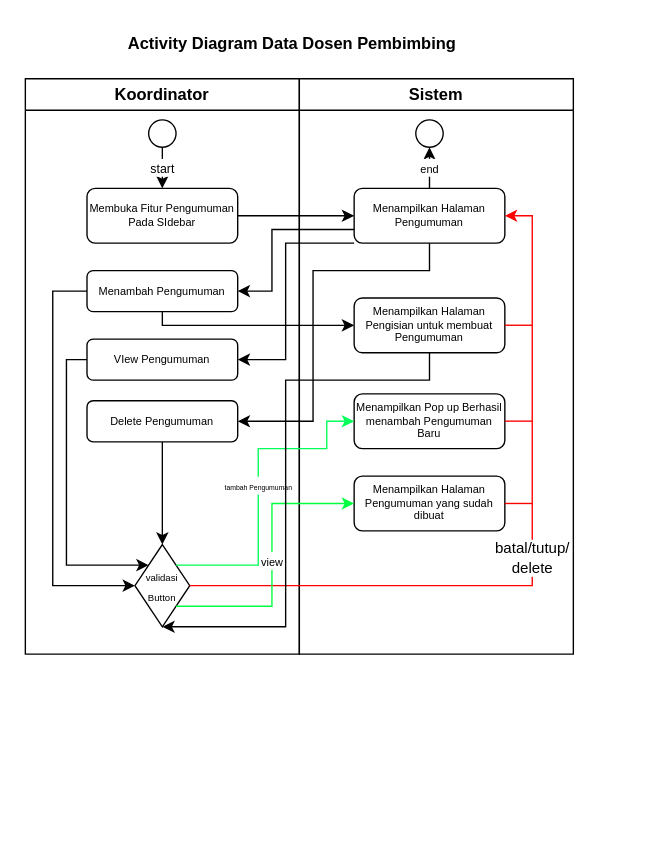
The draw.io diagram Website Bimbingan Online/Activity Diagram/Data Dosen Pembimbing.drawio in BagusCPaste/draw.io, before the edit. Source tidied: cells renumbered, new cells numbered last; positions are measured from the earlier drawing's top-left corner, leaving out a move shared by most shapes. Both pictures are drawn from the tidied source at 137%, with x=0, y=0 at pixel (25, 23).
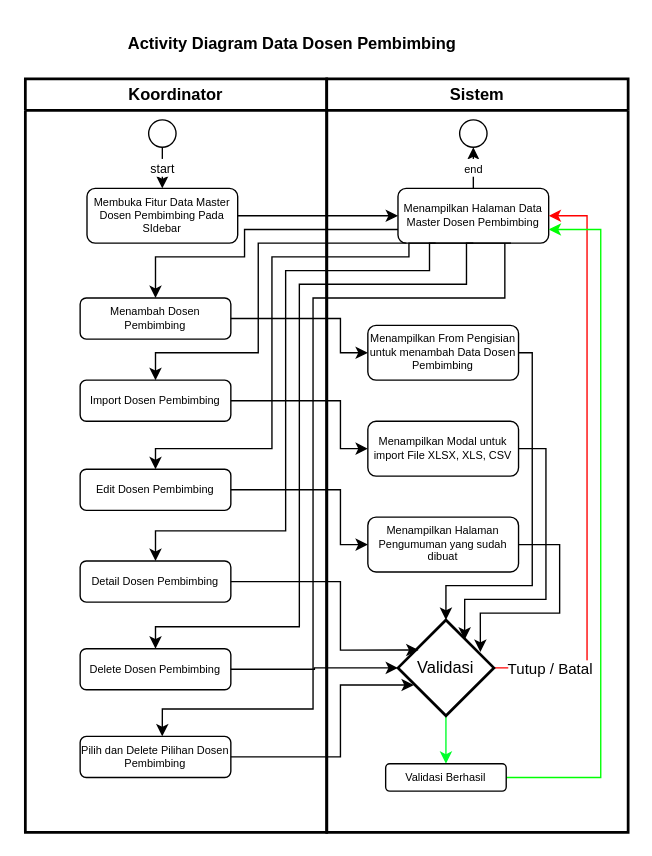
After the change.

Diff of the diagram source:
```diff
@@
-    <mxCell id="2" value="Koordinator" style="swimlane;whiteSpace=wrap;html=1;" parent="1" vertex="1">
-      <mxGeometry y="40" width="200" height="420" as="geometry" />
+    <mxCell id="2" value="Koordinator" style="swimlane;whiteSpace=wrap;html=1;strokeColor=#000000;strokeWidth=2;" parent="1" vertex="1">
+      <mxGeometry y="40" width="220" height="550" as="geometry" />
     </mxCell>
@@
-    <mxCell id="5" value="Membuka Fitur Pengumuman Pada SIdebar" style="rounded=1;whiteSpace=wrap;html=1;fontSize=8;" parent="2" vertex="1">
+    <mxCell id="5" value="Membuka Fitur Data Master Dosen Pembimbing Pada SIdebar" style="rounded=1;whiteSpace=wrap;html=1;fontSize=8;" parent="2" vertex="1">
       <mxGeometry x="45" y="80" width="110" height="40" as="geometry" />
     </mxCell>
-    <mxCell id="6" style="edgeStyle=orthogonalEdgeStyle;rounded=0;jettySize=auto;html=1;entryX=0;entryY=0.5;entryDx=0;entryDy=0;" parent="2" edge="1" source="7" target="12">
-      <mxGeometry relative="1" as="geometry">
-        <Array as="points">
-          <mxPoint x="20" y="155" />
-          <mxPoint x="20" y="370" />
-        </Array>
-      </mxGeometry>
-    </mxCell>
-    <mxCell id="7" value="Menambah Pengumuman" style="rounded=1;whiteSpace=wrap;html=1;fontSize=8;" parent="2" vertex="1">
-      <mxGeometry x="45" y="140" width="110" height="30" as="geometry" />
+    <mxCell id="7" value="Menambah Dosen Pembimbing" style="rounded=1;whiteSpace=wrap;html=1;fontSize=8;" parent="2" vertex="1">
+      <mxGeometry x="40" y="160" width="110" height="30" as="geometry" />
     </mxCell>
-    <mxCell id="8" style="edgeStyle=orthogonalEdgeStyle;rounded=0;jettySize=auto;html=1;entryX=0;entryY=0;entryDx=0;entryDy=0;elbow=vertical;" parent="2" edge="1" source="9" target="12">
-      <mxGeometry relative="1" as="geometry">
-        <Array as="points">
-          <mxPoint x="30" y="205" />
-          <mxPoint x="30" y="355" />
-        </Array>
-      </mxGeometry>
-    </mxCell>
-    <mxCell id="9" value="VIew Pengumuman" style="rounded=1;whiteSpace=wrap;html=1;fontSize=8;" parent="2" vertex="1">
-      <mxGeometry x="45" y="190" width="110" height="30" as="geometry" />
+    <mxCell id="9" value="Import Dosen Pembimbing" style="rounded=1;whiteSpace=wrap;html=1;fontSize=8;" parent="2" vertex="1">
+      <mxGeometry x="40" y="220" width="110" height="30" as="geometry" />
     </mxCell>
-    <mxCell id="10" style="rounded=0;jettySize=auto;html=1;" parent="2" edge="1" source="11" target="12">
-      <mxGeometry relative="1" as="geometry" />
-    </mxCell>
-    <mxCell id="11" value="Delete Pengumuman" style="rounded=1;whiteSpace=wrap;html=1;fontSize=8;" parent="2" vertex="1">
-      <mxGeometry x="45" y="235" width="110" height="30" as="geometry" />
+    <mxCell id="11" value="Edit Dosen Pembimbing" style="rounded=1;whiteSpace=wrap;html=1;fontSize=8;" parent="2" vertex="1">
+      <mxGeometry x="40" y="285" width="110" height="30" as="geometry" />
     </mxCell>
-    <mxCell id="12" value="&lt;font style=&quot;font-size: 7px;&quot;&gt;validasi Button&lt;/font&gt;" style="rhombus;whiteSpace=wrap;html=1;" parent="2" vertex="1">
-      <mxGeometry x="80" y="340" width="40" height="60" as="geometry" />
-    </mxCell>
+    <mxCell id="33" value="Detail Dosen Pembimbing" style="rounded=1;whiteSpace=wrap;html=1;fontSize=8;" parent="2" vertex="1">
+      <mxGeometry x="40" y="352" width="110" height="30" as="geometry" />
+    </mxCell>
+    <mxCell id="34" value="Delete Dosen Pembimbing" style="rounded=1;whiteSpace=wrap;html=1;fontSize=8;" parent="2" vertex="1">
+      <mxGeometry x="40" y="416" width="110" height="30" as="geometry" />
+    </mxCell>
+    <mxCell id="35" value="Pilih dan Delete Pilihan Dosen Pembimbing" style="rounded=1;whiteSpace=wrap;html=1;fontSize=8;" parent="2" vertex="1">
+      <mxGeometry x="40" y="480" width="110" height="30" as="geometry" />
+    </mxCell>
-    <mxCell id="13" value="Sistem" style="swimlane;whiteSpace=wrap;html=1;" parent="1" vertex="1">
-      <mxGeometry x="200" y="40" width="200" height="420" as="geometry" />
+    <mxCell id="13" value="Sistem" style="swimlane;whiteSpace=wrap;html=1;strokeColor=#000000;strokeWidth=2;perimeterSpacing=0;" parent="1" vertex="1">
+      <mxGeometry x="220" y="40" width="220" height="550" as="geometry" />
     </mxCell>
@@
-    <mxCell id="15" value="Menampilkan Halaman Pengumuman" style="rounded=1;whiteSpace=wrap;html=1;fontSize=8;" parent="13" vertex="1">
-      <mxGeometry x="40" y="80" width="110" height="40" as="geometry" />
+    <mxCell id="15" value="Menampilkan Halaman Data Master Dosen Pembimbing" style="rounded=1;whiteSpace=wrap;html=1;fontSize=8;" parent="13" vertex="1">
+      <mxGeometry x="52" y="80" width="110" height="40" as="geometry" />
     </mxCell>
-    <mxCell id="16" value="Menampilkan Halaman Pengisian untuk membuat Pengumuman" style="rounded=1;whiteSpace=wrap;html=1;fontSize=8;" parent="13" vertex="1">
-      <mxGeometry x="40" y="160" width="110" height="40" as="geometry" />
+    <mxCell id="16" value="Menampilkan From Pengisian untuk menambah Data Dosen Pembimbing" style="rounded=1;whiteSpace=wrap;html=1;fontSize=8;" parent="13" vertex="1">
+      <mxGeometry x="30" y="180" width="110" height="40" as="geometry" />
     </mxCell>
-    <mxCell id="17" value="Menampilkan Pop up Berhasil menambah Pengumuman Baru" style="rounded=1;whiteSpace=wrap;html=1;fontSize=8;" parent="13" vertex="1">
-      <mxGeometry x="40" y="230" width="110" height="40" as="geometry" />
+    <mxCell id="17" value="Menampilkan Modal untuk import File XLSX, XLS, CSV" style="rounded=1;whiteSpace=wrap;html=1;fontSize=8;" parent="13" vertex="1">
+      <mxGeometry x="30" y="250" width="110" height="40" as="geometry" />
     </mxCell>
     <mxCell id="18" value="Menampilkan Halaman Pengumuman yang sudah dibuat" style="rounded=1;whiteSpace=wrap;html=1;fontSize=8;" parent="13" vertex="1">
-      <mxGeometry x="40" y="290" width="110" height="40" as="geometry" />
+      <mxGeometry x="30" y="320" width="110" height="40" as="geometry" />
     </mxCell>
-    <mxCell id="19" value="batal/tutup/&lt;br&gt;delete" style="rounded=0;jettySize=auto;html=1;edgeStyle=orthogonalEdgeStyle;entryX=1;entryY=0.5;entryDx=0;entryDy=0;strokeColor=#ff0000;" parent="13" edge="1" target="15">
-      <mxGeometry relative="1" as="geometry">
-        <mxPoint x="-80" y="370" as="sourcePoint" />
-        <Array as="points">
-          <mxPoint x="170" y="370" />
-          <mxPoint x="170" y="100" />
-        </Array>
-      </mxGeometry>
-    </mxCell>
     <mxCell id="20" style="ellipse;whiteSpace=wrap;html=1;" parent="13" vertex="1">
-      <mxGeometry x="85" y="30" width="20" height="20" as="geometry" />
+      <mxGeometry x="97" y="30" width="20" height="20" as="geometry" />
     </mxCell>
-    <mxCell id="21" style="endArrow=none;html=1;rounded=0;strokeColor=#ff0000;" parent="13" edge="1" source="18">
-      <mxGeometry relative="1" as="geometry">
-        <mxPoint x="170" y="310" as="targetPoint" />
-      </mxGeometry>
-    </mxCell>
-    <mxCell id="22" style="endArrow=none;html=1;rounded=0;strokeColor=#ff0000;" parent="13" edge="1">
-      <mxGeometry relative="1" as="geometry">
-        <mxPoint x="150" y="249.9" as="sourcePoint" />
-        <mxPoint x="170" y="249.9" as="targetPoint" />
-      </mxGeometry>
-    </mxCell>
-    <mxCell id="23" style="endArrow=none;html=1;rounded=0;strokeColor=#ff0000;" parent="13" edge="1">
-      <mxGeometry relative="1" as="geometry">
-        <mxPoint x="150" y="179.9" as="sourcePoint" />
-        <mxPoint x="170" y="179.9" as="targetPoint" />
-      </mxGeometry>
-    </mxCell>
+    <mxCell id="36" style="edgeStyle=orthogonalEdgeStyle;rounded=0;jettySize=auto;html=1;entryX=1;entryY=0.5;entryDx=0;entryDy=0;strokeColor=#ff0000;" parent="13" edge="1" source="39" target="15">
+      <mxGeometry relative="1" as="geometry">
+        <Array as="points">
+          <mxPoint x="190" y="430" />
+          <mxPoint x="190" y="100" />
+        </Array>
+      </mxGeometry>
+    </mxCell>
+    <mxCell id="37" value="Tutup / Batal" style="edgeLabel;html=1;align=center;verticalAlign=middle;" parent="36" vertex="1">
+      <mxGeometry x="-0.81" relative="1" as="geometry" />
+    </mxCell>
+    <mxCell id="38" style="edgeStyle=orthogonalEdgeStyle;rounded=0;jettySize=auto;html=1;entryX=0.5;entryY=0;entryDx=0;entryDy=0;strokeColor=#00ff2a;" parent="13" edge="1" source="39" target="41">
+      <mxGeometry relative="1" as="geometry" />
+    </mxCell>
+    <mxCell id="39" value="Validasi" style="strokeWidth=2;html=1;shape=mxgraph.flowchart.decision;whiteSpace=wrap;" parent="13" vertex="1">
+      <mxGeometry x="52" y="395" width="70" height="70" as="geometry" />
+    </mxCell>
+    <mxCell id="40" style="edgeStyle=orthogonalEdgeStyle;rounded=0;jettySize=auto;html=1;entryX=1;entryY=0.75;entryDx=0;entryDy=0;fontColor=#00ff1e;strokeColor=#00ff04;" parent="13" edge="1" source="41" target="15">
+      <mxGeometry relative="1" as="geometry">
+        <Array as="points">
+          <mxPoint x="200" y="510" />
+          <mxPoint x="200" y="110" />
+        </Array>
+      </mxGeometry>
+    </mxCell>
+    <mxCell id="41" value="Validasi Berhasil" style="rounded=1;whiteSpace=wrap;html=1;fontSize=8;" parent="13" vertex="1">
+      <mxGeometry x="43" y="500" width="88" height="20" as="geometry" />
+    </mxCell>
+    <mxCell id="42" style="edgeStyle=orthogonalEdgeStyle;rounded=0;jettySize=auto;html=1;entryX=0.5;entryY=0;entryDx=0;entryDy=0;entryPerimeter=0;" parent="13" edge="1" source="16" target="39">
+      <mxGeometry relative="1" as="geometry">
+        <Array as="points">
+          <mxPoint x="150" y="200" />
+          <mxPoint x="150" y="370" />
+          <mxPoint x="87" y="370" />
+        </Array>
+      </mxGeometry>
+    </mxCell>
+    <mxCell id="43" style="edgeStyle=orthogonalEdgeStyle;rounded=0;jettySize=auto;html=1;entryX=0.695;entryY=0.206;entryDx=0;entryDy=0;entryPerimeter=0;" parent="13" edge="1" source="17" target="39">
+      <mxGeometry relative="1" as="geometry">
+        <Array as="points">
+          <mxPoint x="160" y="270" />
+          <mxPoint x="160" y="380" />
+          <mxPoint x="101" y="380" />
+        </Array>
+      </mxGeometry>
+    </mxCell>
+    <mxCell id="44" style="edgeStyle=orthogonalEdgeStyle;rounded=0;jettySize=auto;html=1;entryX=0.859;entryY=0.334;entryDx=0;entryDy=0;entryPerimeter=0;" parent="13" edge="1" source="18" target="39">
+      <mxGeometry relative="1" as="geometry">
+        <Array as="points">
+          <mxPoint x="170" y="340" />
+          <mxPoint x="170" y="390" />
+          <mxPoint x="112" y="390" />
+        </Array>
+      </mxGeometry>
+    </mxCell>
@@
-    <mxCell id="26" style="rounded=0;jettySize=auto;html=1;entryX=1;entryY=0.5;entryDx=0;entryDy=0;edgeStyle=orthogonalEdgeStyle;" parent="1" edge="1" source="15" target="7">
+    <mxCell id="26" style="edgeStyle=orthogonalEdgeStyle;rounded=0;jettySize=auto;html=1;entryX=0.5;entryY=0;entryDx=0;entryDy=0;" parent="1" edge="1" source="15" target="7">
       <mxGeometry relative="1" as="geometry">
         <Array as="points">
-          <mxPoint x="180" y="150" />
-          <mxPoint x="180" y="195" />
+          <mxPoint x="160" y="150" />
+          <mxPoint x="160" y="170" />
+          <mxPoint x="95" y="170" />
         </Array>
       </mxGeometry>
     </mxCell>
-    <mxCell id="27" style="edgeStyle=orthogonalEdgeStyle;rounded=0;jettySize=auto;html=1;entryX=0;entryY=0.5;entryDx=0;entryDy=0;" parent="1" edge="1" source="7" target="16">
-      <mxGeometry relative="1" as="geometry">
-        <Array as="points">
-          <mxPoint x="100" y="220" />
-        </Array>
-      </mxGeometry>
-    </mxCell>
-    <mxCell id="28" style="rounded=0;jettySize=auto;html=1;entryX=1;entryY=0.5;entryDx=0;entryDy=0;edgeStyle=orthogonalEdgeStyle;" parent="1" edge="1" source="15" target="9">
+    <mxCell id="28" style="edgeStyle=orthogonalEdgeStyle;rounded=0;jettySize=auto;html=1;exitX=0.056;exitY=0.999;exitDx=0;exitDy=0;entryX=0.5;entryY=0;entryDx=0;entryDy=0;exitPerimeter=0;" parent="1" edge="1" source="15" target="9">
       <mxGeometry relative="1" as="geometry">
         <Array as="points">
-          <mxPoint x="190" y="160" />
-          <mxPoint x="190" y="245" />
+          <mxPoint x="170" y="160" />
+          <mxPoint x="170" y="240" />
+          <mxPoint x="95" y="240" />
         </Array>
       </mxGeometry>
     </mxCell>
-    <mxCell id="29" style="rounded=0;jettySize=auto;html=1;entryX=1;entryY=0.5;entryDx=0;entryDy=0;edgeStyle=orthogonalEdgeStyle;" parent="1" edge="1" source="15" target="11">
+    <mxCell id="29" style="edgeStyle=orthogonalEdgeStyle;rounded=0;jettySize=auto;html=1;exitX=0.25;exitY=1;exitDx=0;exitDy=0;entryX=0.5;entryY=0;entryDx=0;entryDy=0;" parent="1" edge="1" source="15" target="11">
       <mxGeometry relative="1" as="geometry">
         <Array as="points">
-          <mxPoint x="295" y="180" />
-          <mxPoint x="210" y="180" />
-          <mxPoint x="210" y="290" />
+          <mxPoint x="280" y="160" />
+          <mxPoint x="280" y="170" />
+          <mxPoint x="180" y="170" />
+          <mxPoint x="180" y="310" />
+          <mxPoint x="95" y="310" />
         </Array>
       </mxGeometry>
     </mxCell>
-    <mxCell id="30" value="&lt;font style=&quot;font-size: 5px;&quot;&gt;tambah Pengumuman&lt;/font&gt;" style="edgeStyle=orthogonalEdgeStyle;rounded=0;jettySize=auto;html=1;exitX=1;exitY=0;exitDx=0;exitDy=0;entryX=0;entryY=0.5;entryDx=0;entryDy=0;strokeColor=#00ff59;" parent="1" edge="1" source="12" target="17">
-      <mxGeometry relative="1" as="geometry">
-        <Array as="points">
-          <mxPoint x="170" y="395" />
-          <mxPoint x="170" y="310" />
-          <mxPoint x="220" y="310" />
-          <mxPoint x="220" y="290" />
-        </Array>
-      </mxGeometry>
-    </mxCell>
-    <mxCell id="31" value="&lt;font style=&quot;font-size: 8px;&quot;&gt;view&lt;/font&gt;" style="edgeStyle=orthogonalEdgeStyle;rounded=0;jettySize=auto;html=1;exitX=1;exitY=1;exitDx=0;exitDy=0;entryX=0;entryY=0.5;entryDx=0;entryDy=0;strokeColor=#00ff40;" parent="1" edge="1" source="12" target="18">
-      <mxGeometry relative="1" as="geometry" />
-    </mxCell>
-    <mxCell id="32" style="edgeStyle=orthogonalEdgeStyle;rounded=0;jettySize=auto;html=1;entryX=0.5;entryY=1;entryDx=0;entryDy=0;" parent="1" edge="1" source="16" target="12">
-      <mxGeometry relative="1" as="geometry">
-        <Array as="points">
-          <mxPoint x="295" y="260" />
-          <mxPoint x="190" y="260" />
-          <mxPoint x="190" y="440" />
-        </Array>
-      </mxGeometry>
-    </mxCell>
+    <mxCell id="45" style="edgeStyle=orthogonalEdgeStyle;rounded=0;jettySize=auto;html=1;exitX=0.5;exitY=1;exitDx=0;exitDy=0;entryX=0.5;entryY=0;entryDx=0;entryDy=0;" parent="1" edge="1" source="15" target="33">
+      <mxGeometry relative="1" as="geometry">
+        <Array as="points">
+          <mxPoint x="295" y="180" />
+          <mxPoint x="190" y="180" />
+          <mxPoint x="190" y="370" />
+          <mxPoint x="95" y="370" />
+        </Array>
+      </mxGeometry>
+    </mxCell>
+    <mxCell id="46" style="edgeStyle=orthogonalEdgeStyle;rounded=0;jettySize=auto;html=1;exitX=0.75;exitY=1;exitDx=0;exitDy=0;entryX=0.5;entryY=0;entryDx=0;entryDy=0;" parent="1" edge="1" source="15" target="34">
+      <mxGeometry relative="1" as="geometry">
+        <Array as="points">
+          <mxPoint x="322" y="160" />
+          <mxPoint x="322" y="190" />
+          <mxPoint x="200" y="190" />
+          <mxPoint x="200" y="440" />
+          <mxPoint x="95" y="440" />
+        </Array>
+      </mxGeometry>
+    </mxCell>
+    <mxCell id="47" style="edgeStyle=orthogonalEdgeStyle;rounded=0;jettySize=auto;html=1;entryX=0.545;entryY=0;entryDx=0;entryDy=0;entryPerimeter=0;" parent="1" edge="1" target="35">
+      <mxGeometry relative="1" as="geometry">
+        <mxPoint x="350" y="160" as="sourcePoint" />
+        <Array as="points">
+          <mxPoint x="350" y="200" />
+          <mxPoint x="210" y="200" />
+          <mxPoint x="210" y="500" />
+          <mxPoint x="100" y="500" />
+        </Array>
+      </mxGeometry>
+    </mxCell>
+    <mxCell id="27" style="edgeStyle=orthogonalEdgeStyle;rounded=0;jettySize=auto;html=1;entryX=0;entryY=0.5;entryDx=0;entryDy=0;" parent="1" edge="1" source="7" target="16">
+      <mxGeometry relative="1" as="geometry">
+        <Array as="points">
+          <mxPoint x="230" y="215" />
+          <mxPoint x="230" y="240" />
+        </Array>
+      </mxGeometry>
+    </mxCell>
+    <mxCell id="48" style="edgeStyle=orthogonalEdgeStyle;rounded=0;jettySize=auto;html=1;entryX=0;entryY=0.5;entryDx=0;entryDy=0;" parent="1" edge="1" source="9" target="17">
+      <mxGeometry relative="1" as="geometry">
+        <Array as="points">
+          <mxPoint x="230" y="275" />
+          <mxPoint x="230" y="310" />
+        </Array>
+      </mxGeometry>
+    </mxCell>
+    <mxCell id="49" style="edgeStyle=orthogonalEdgeStyle;rounded=0;jettySize=auto;html=1;" parent="1" edge="1" source="34" target="39">
+      <mxGeometry relative="1" as="geometry" />
+    </mxCell>
+    <mxCell id="50" style="edgeStyle=orthogonalEdgeStyle;rounded=0;jettySize=auto;html=1;entryX=0.214;entryY=0.314;entryDx=0;entryDy=0;entryPerimeter=0;" parent="1" edge="1" source="33" target="39">
+      <mxGeometry relative="1" as="geometry">
+        <Array as="points">
+          <mxPoint x="230" y="407" />
+          <mxPoint x="230" y="457" />
+        </Array>
+      </mxGeometry>
+    </mxCell>
+    <mxCell id="51" style="edgeStyle=orthogonalEdgeStyle;rounded=0;jettySize=auto;html=1;entryX=0.165;entryY=0.679;entryDx=0;entryDy=0;entryPerimeter=0;" parent="1" edge="1" source="35" target="39">
+      <mxGeometry relative="1" as="geometry">
+        <Array as="points">
+          <mxPoint x="230" y="535" />
+          <mxPoint x="230" y="483" />
+        </Array>
+      </mxGeometry>
+    </mxCell>
+    <mxCell id="52" style="edgeStyle=orthogonalEdgeStyle;rounded=0;jettySize=auto;html=1;entryX=0;entryY=0.5;entryDx=0;entryDy=0;" parent="1" edge="1" source="11" target="18">
+      <mxGeometry relative="1" as="geometry">
+        <Array as="points">
+          <mxPoint x="230" y="340" />
+          <mxPoint x="230" y="380" />
+        </Array>
+      </mxGeometry>
+    </mxCell>
```
